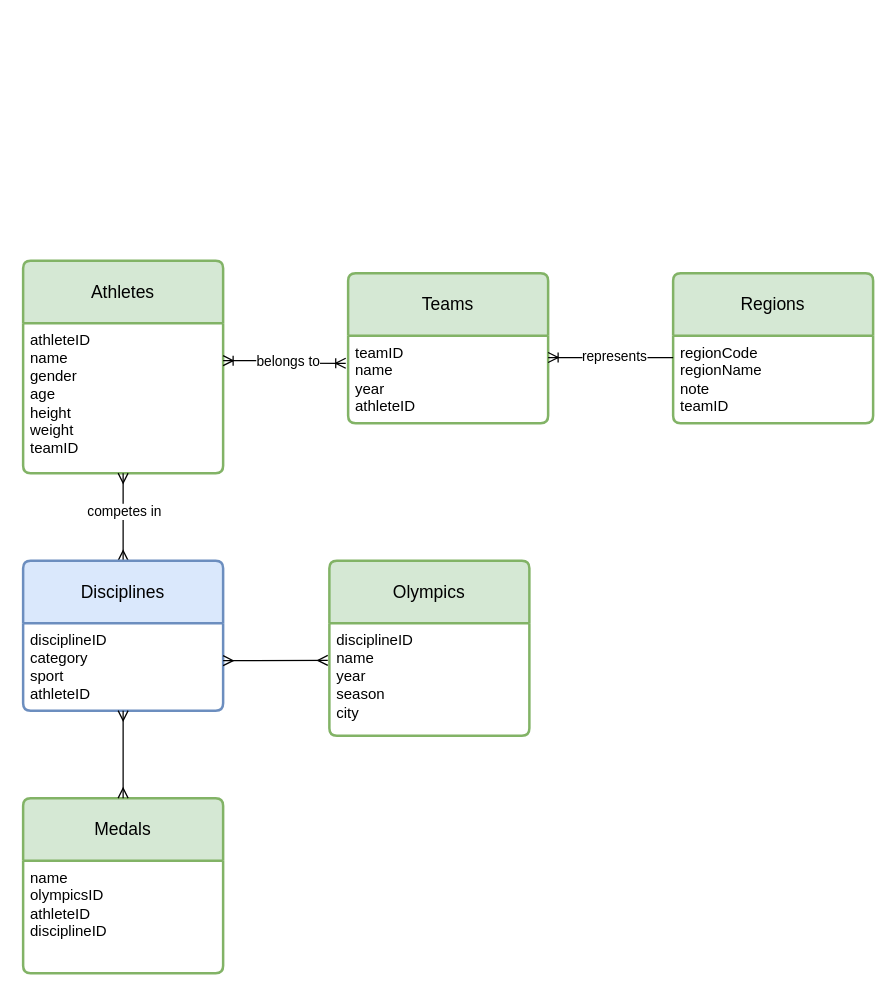
Earlier version of the draw.io diagram olympics_entity_relation_diagram.drawio (maciej-polcyn/ms-sql-olympics-database-project). Source tidied: cells renumbered, new cells numbered last; positions are measured from the earlier drawing's top-left corner, leaving out a move shared by most shapes. Both pictures are drawn from the tidied source at 125%, with x=0, y=0 at pixel (22, 260).
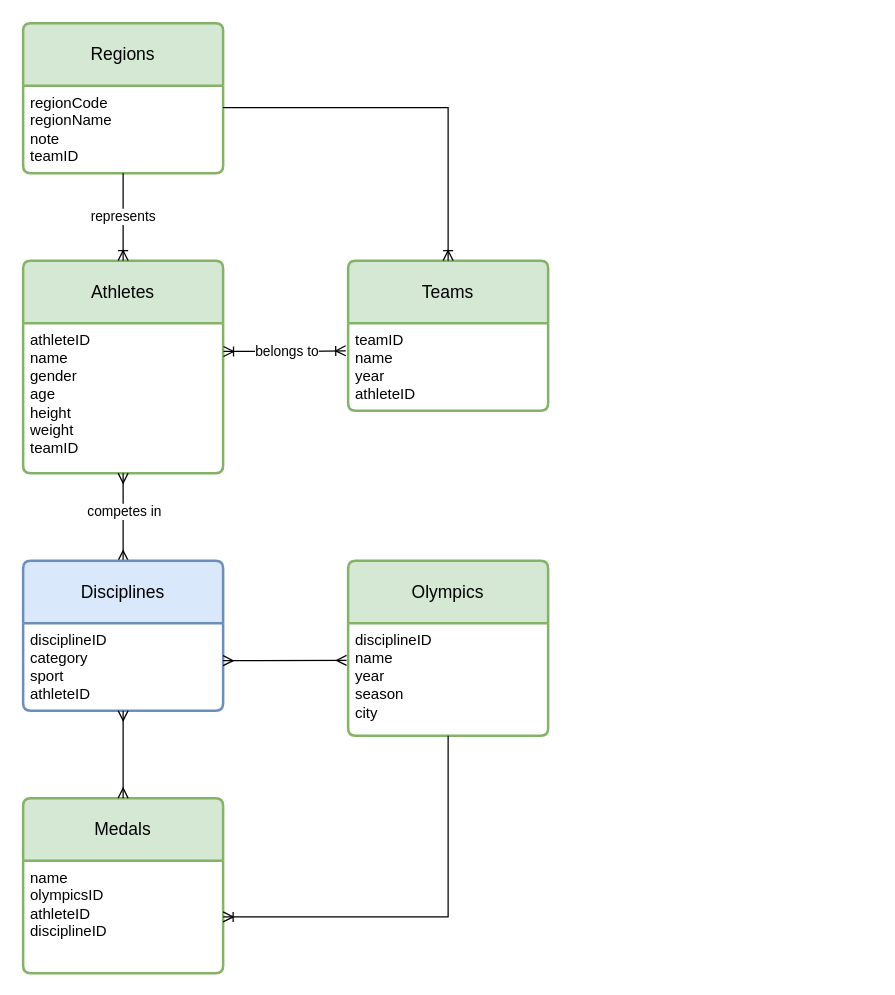
The same diagram, later.

The change refers to these unchanged cells:
```xml
<mxCell id="2" value="Athletes" style="swimlane;horizontal=1;startSize=50;rounded=1;fontSize=14;fontStyle=0;strokeWidth=2;shadow=0;dashed=0;align=center;arcSize=4;whiteSpace=wrap;html=1;fillColor=#d5e8d4;strokeColor=#82b366;" parent="1" vertex="1">
  <mxGeometry width="160" height="170" as="geometry" />
</mxCell>
<mxCell id="3" value="athleteID&lt;br&gt;name&lt;br&gt;gender&lt;br&gt;age&lt;br&gt;height&lt;br&gt;weight&lt;br&gt;teamID" style="align=left;strokeColor=none;fillColor=none;spacingLeft=4;fontSize=12;verticalAlign=top;html=1;" parent="2" vertex="1">
  <mxGeometry y="50" width="160" height="120" as="geometry" />
</mxCell>
<mxCell id="5" value="regionCode&lt;br&gt;regionName&lt;br&gt;note&lt;br&gt;teamID" style="align=left;strokeColor=none;fillColor=none;spacingLeft=4;fontSize=12;verticalAlign=top;html=1;" parent="4" vertex="1">
  <mxGeometry y="50" width="160" height="70" as="geometry" />
</mxCell>
<mxCell id="7" value="teamID&lt;br&gt;name&lt;br&gt;year&lt;br&gt;athleteID" style="align=left;strokeColor=none;fillColor=none;spacingLeft=4;fontSize=12;verticalAlign=top;html=1;" parent="6" vertex="1">
  <mxGeometry y="50" width="160" height="70" as="geometry" />
</mxCell>
<mxCell id="9" value="name&lt;br&gt;olympicsID&lt;br&gt;athleteID&lt;br&gt;disciplineID" style="align=left;strokeColor=none;fillColor=none;spacingLeft=4;fontSize=12;verticalAlign=top;html=1;" parent="8" vertex="1">
  <mxGeometry y="50" width="160" height="90" as="geometry" />
</mxCell>
<mxCell id="11" value="disciplineID&lt;br&gt;name&lt;br&gt;year&lt;br&gt;season&lt;br&gt;city" style="align=left;strokeColor=none;fillColor=none;spacingLeft=4;fontSize=12;verticalAlign=top;html=1;" parent="10" vertex="1">
  <mxGeometry y="50" width="160" height="90" as="geometry" />
</mxCell>
```

Diff of the diagram source:
```diff
@@
     <mxCell id="4" value="Regions" style="swimlane;horizontal=1;startSize=50;rounded=1;fontSize=14;fontStyle=0;strokeWidth=2;shadow=0;dashed=0;align=center;arcSize=4;whiteSpace=wrap;html=1;fillColor=#d5e8d4;strokeColor=#82b366;" parent="1" vertex="1">
-      <mxGeometry x="520" y="10" width="160" height="120" as="geometry" />
+      <mxGeometry y="-190" width="160" height="120" as="geometry" />
     </mxCell>
@@
     <mxCell id="6" value="Teams" style="swimlane;horizontal=1;startSize=50;rounded=1;fontSize=14;fontStyle=0;strokeWidth=2;shadow=0;dashed=0;align=center;arcSize=4;whiteSpace=wrap;html=1;fillColor=#d5e8d4;strokeColor=#82b366;" parent="1" vertex="1">
-      <mxGeometry x="260" y="10" width="160" height="120" as="geometry" />
+      <mxGeometry x="260" width="160" height="120" as="geometry" />
     </mxCell>
@@
     <mxCell id="10" value="Olympics" style="swimlane;horizontal=1;startSize=50;rounded=1;fontSize=14;fontStyle=0;strokeWidth=2;shadow=0;dashed=0;align=center;arcSize=4;whiteSpace=wrap;html=1;fillColor=#d5e8d4;strokeColor=#82b366;" parent="1" vertex="1">
-      <mxGeometry x="245" y="240" width="160" height="140" as="geometry" />
+      <mxGeometry x="260" y="240" width="160" height="140" as="geometry" />
     </mxCell>
@@
-    <mxCell id="12" style="edgeStyle=orthogonalEdgeStyle;rounded=0;jettySize=auto;html=1;exitX=1;exitY=0.25;exitDx=0;exitDy=0;entryX=-0.012;entryY=0.316;entryDx=0;entryDy=0;entryPerimeter=0;endArrow=ERoneToMany;endFill=0;startArrow=ERoneToMany;startFill=0;" parent="1" edge="1" source="3" target="7">
+    <mxCell id="12" style="edgeStyle=orthogonalEdgeStyle;rounded=0;jettySize=auto;html=1;entryX=-0.012;entryY=0.316;entryDx=0;entryDy=0;entryPerimeter=0;endArrow=ERoneToMany;endFill=0;startArrow=ERoneToMany;startFill=0;exitX=1.002;exitY=0.189;exitDx=0;exitDy=0;exitPerimeter=0;" parent="1" edge="1" source="3" target="7">
       <mxGeometry relative="1" as="geometry" />
     </mxCell>
@@
-    <mxCell id="14" style="edgeStyle=entityRelationEdgeStyle;fontSize=12;html=1;endArrow=ERoneToMany;rounded=0;exitX=0;exitY=0.25;exitDx=0;exitDy=0;entryX=1;entryY=0.25;entryDx=0;entryDy=0;" parent="1" edge="1" source="5" target="7">
+    <mxCell id="14" style="fontSize=12;html=1;endArrow=ERoneToMany;rounded=0;exitX=0.5;exitY=1;exitDx=0;exitDy=0;entryX=0.5;entryY=0;entryDx=0;entryDy=0;" parent="1" edge="1" source="5" target="2">
       <mxGeometry relative="1" as="geometry" />
     </mxCell>
@@
+    <mxCell id="22" style="edgeStyle=orthogonalEdgeStyle;fontSize=12;html=1;endArrow=ERoneToMany;rounded=0;exitX=0.5;exitY=1;exitDx=0;exitDy=0;entryX=1;entryY=0.5;entryDx=0;entryDy=0;" parent="1" edge="1" source="11" target="9">
+      <mxGeometry relative="1" as="geometry" />
+    </mxCell>
+    <mxCell id="23" style="edgeStyle=orthogonalEdgeStyle;fontSize=12;html=1;endArrow=ERoneToMany;rounded=0;exitX=1;exitY=0.25;exitDx=0;exitDy=0;entryX=0.5;entryY=0;entryDx=0;entryDy=0;" parent="1" edge="1" source="5" target="6">
+      <mxGeometry relative="1" as="geometry" />
+    </mxCell>
```
